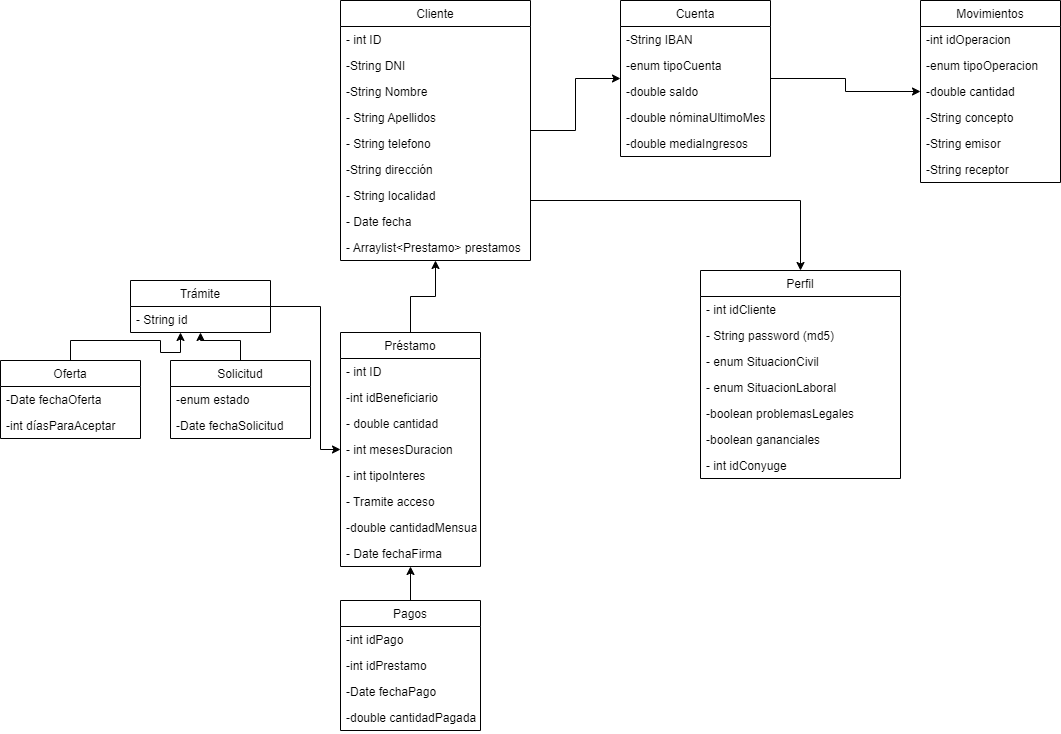
Before: Diagrama general.png, a diagram exported from draw.io (Kangelx/Equipo3). Source tidied: cells renumbered, new cells last; positions are measured from the earlier drawing's top-left corner, leaving out a move shared by most shapes.
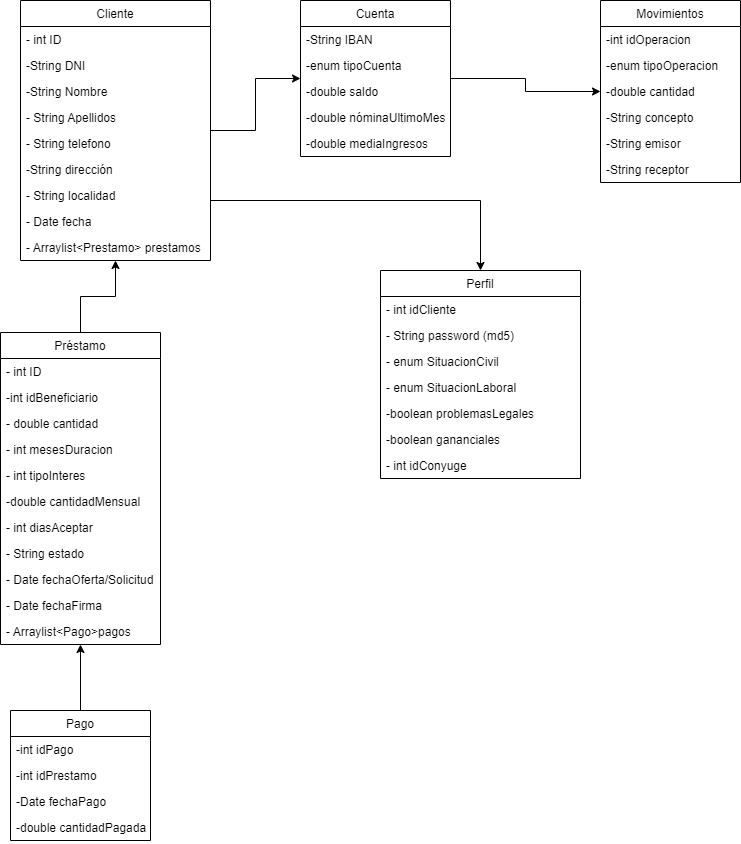
Above is the later version.

Commit message:
Actualizacion diagrama clases

Diff of the diagram source:
```diff
@@ -108,30 +108,11 @@
     <mxCell id="35" value="-String receptor" style="text;strokeColor=none;fillColor=none;align=left;verticalAlign=top;spacingLeft=4;spacingRight=4;overflow=hidden;" parent="29" vertex="1">
       <mxGeometry y="156" width="140" height="26" as="geometry" />
     </mxCell>
-    <mxCell id="36" style="edgeStyle=orthogonalEdgeStyle;rounded=0;jettySize=auto;html=1;" parent="1" edge="1" source="37" target="61">
-      <mxGeometry relative="1" as="geometry">
-        <Array as="points">
-          <mxPoint x="70" y="340" />
-          <mxPoint x="160" y="340" />
-          <mxPoint x="160" y="352" />
-          <mxPoint x="180" y="352" />
-        </Array>
-      </mxGeometry>
-    </mxCell>
-    <mxCell id="37" value="Oferta" style="swimlane;fontStyle=0;horizontal=1;startSize=26;fillColor=none;" parent="1" vertex="1">
-      <mxGeometry y="360" width="140" height="78" as="geometry" />
-    </mxCell>
-    <mxCell id="38" value="-Date fechaOferta" style="text;strokeColor=none;fillColor=none;align=left;verticalAlign=top;spacingLeft=4;spacingRight=4;overflow=hidden;" parent="37" vertex="1">
-      <mxGeometry y="26" width="140" height="26" as="geometry" />
-    </mxCell>
-    <mxCell id="39" value="-int díasParaAceptar" style="text;strokeColor=none;fillColor=none;align=left;verticalAlign=top;spacingLeft=4;spacingRight=4;overflow=hidden;" parent="37" vertex="1">
-      <mxGeometry y="52" width="140" height="26" as="geometry" />
-    </mxCell>
     <mxCell id="40" style="edgeStyle=orthogonalEdgeStyle;rounded=0;jettySize=auto;html=1;" parent="1" edge="1" source="41" target="47">
       <mxGeometry relative="1" as="geometry" />
     </mxCell>
-    <mxCell id="41" value="Pagos" style="swimlane;fontStyle=0;horizontal=1;startSize=26;fillColor=none;" parent="1" vertex="1">
-      <mxGeometry x="340" y="600" width="140" height="130" as="geometry" />
+    <mxCell id="41" value="Pago" style="swimlane;fontStyle=0;horizontal=1;startSize=26;fillColor=none;" parent="1" vertex="1">
+      <mxGeometry x="330" y="710" width="140" height="130" as="geometry" />
     </mxCell>
     <mxCell id="42" value="-int idPago" style="text;strokeColor=none;fillColor=none;align=left;verticalAlign=top;spacingLeft=4;spacingRight=4;overflow=hidden;" parent="41" vertex="1">
       <mxGeometry y="26" width="140" height="26" as="geometry" />
@@ -149,57 +130,40 @@
       <mxGeometry relative="1" as="geometry" />
     </mxCell>
     <mxCell id="47" value="Préstamo" style="swimlane;fontStyle=0;horizontal=1;startSize=26;fillColor=none;" parent="1" vertex="1">
-      <mxGeometry x="340" y="332" width="140" height="234" as="geometry" />
+      <mxGeometry x="320" y="332" width="160" height="312" as="geometry" />
     </mxCell>
     <mxCell id="48" value="- int ID" style="text;strokeColor=none;fillColor=none;align=left;verticalAlign=top;spacingLeft=4;spacingRight=4;overflow=hidden;" parent="47" vertex="1">
-      <mxGeometry y="26" width="140" height="26" as="geometry" />
+      <mxGeometry y="26" width="160" height="26" as="geometry" />
     </mxCell>
     <mxCell id="49" value="-int idBeneficiario" style="text;strokeColor=none;fillColor=none;align=left;verticalAlign=top;spacingLeft=4;spacingRight=4;overflow=hidden;" parent="47" vertex="1">
-      <mxGeometry y="52" width="140" height="26" as="geometry" />
+      <mxGeometry y="52" width="160" height="26" as="geometry" />
     </mxCell>
     <mxCell id="50" value="- double cantidad" style="text;strokeColor=none;fillColor=none;align=left;verticalAlign=top;spacingLeft=4;spacingRight=4;overflow=hidden;" parent="47" vertex="1">
-      <mxGeometry y="78" width="140" height="26" as="geometry" />
+      <mxGeometry y="78" width="160" height="26" as="geometry" />
     </mxCell>
     <mxCell id="51" value="- int mesesDuracion" style="text;strokeColor=none;fillColor=none;align=left;verticalAlign=top;spacingLeft=4;spacingRight=4;overflow=hidden;" parent="47" vertex="1">
-      <mxGeometry y="104" width="140" height="26" as="geometry" />
+      <mxGeometry y="104" width="160" height="26" as="geometry" />
     </mxCell>
     <mxCell id="52" value="- int tipoInteres" style="text;strokeColor=none;fillColor=none;align=left;verticalAlign=top;spacingLeft=4;spacingRight=4;overflow=hidden;" parent="47" vertex="1">
-      <mxGeometry y="130" width="140" height="26" as="geometry" />
+      <mxGeometry y="130" width="160" height="26" as="geometry" />
     </mxCell>
-    <mxCell id="53" value="- Tramite acceso" style="text;strokeColor=none;fillColor=none;align=left;verticalAlign=top;spacingLeft=4;spacingRight=4;overflow=hidden;" parent="47" vertex="1">
-      <mxGeometry y="156" width="140" height="26" as="geometry" />
-    </mxCell>
     <mxCell id="54" value="-double cantidadMensual" style="text;strokeColor=none;fillColor=none;align=left;verticalAlign=top;spacingLeft=4;spacingRight=4;overflow=hidden;" parent="47" vertex="1">
-      <mxGeometry y="182" width="140" height="26" as="geometry" />
+      <mxGeometry y="156" width="160" height="26" as="geometry" />
     </mxCell>
+    <mxCell id="63" value="- int diasAceptar" style="text;strokeColor=none;fillColor=none;align=left;verticalAlign=top;spacingLeft=4;spacingRight=4;overflow=hidden;" parent="47" vertex="1">
+      <mxGeometry y="182" width="160" height="26" as="geometry" />
+    </mxCell>
+    <mxCell id="64" value="- String estado" style="text;strokeColor=none;fillColor=none;align=left;verticalAlign=top;spacingLeft=4;spacingRight=4;overflow=hidden;" parent="47" vertex="1">
+      <mxGeometry y="208" width="160" height="26" as="geometry" />
+    </mxCell>
+    <mxCell id="65" value="- Date fechaOferta/Solicitud" style="text;strokeColor=none;fillColor=none;align=left;verticalAlign=top;spacingLeft=4;spacingRight=4;overflow=hidden;" parent="47" vertex="1">
+      <mxGeometry y="234" width="160" height="26" as="geometry" />
+    </mxCell>
     <mxCell id="55" value="- Date fechaFirma" style="text;strokeColor=none;fillColor=none;align=left;verticalAlign=top;spacingLeft=4;spacingRight=4;overflow=hidden;" parent="47" vertex="1">
-      <mxGeometry y="208" width="140" height="26" as="geometry" />
+      <mxGeometry y="260" width="160" height="26" as="geometry" />
     </mxCell>
-    <mxCell id="56" style="edgeStyle=orthogonalEdgeStyle;rounded=0;jettySize=auto;html=1;" parent="1" edge="1" source="57" target="61">
-      <mxGeometry relative="1" as="geometry" />
-    </mxCell>
-    <mxCell id="57" value="Solicitud" style="swimlane;fontStyle=0;horizontal=1;startSize=26;fillColor=none;" parent="1" vertex="1">
-      <mxGeometry x="170" y="360" width="140" height="78" as="geometry" />
-    </mxCell>
-    <mxCell id="58" value="-enum estado" style="text;strokeColor=none;fillColor=none;align=left;verticalAlign=top;spacingLeft=4;spacingRight=4;overflow=hidden;" parent="57" vertex="1">
-      <mxGeometry y="26" width="140" height="26" as="geometry" />
-    </mxCell>
-    <mxCell id="59" value="-Date fechaSolicitud" style="text;strokeColor=none;fillColor=none;align=left;verticalAlign=top;spacingLeft=4;spacingRight=4;overflow=hidden;" parent="57" vertex="1">
-      <mxGeometry y="52" width="140" height="26" as="geometry" />
-    </mxCell>
-    <mxCell id="60" style="edgeStyle=orthogonalEdgeStyle;rounded=0;jettySize=auto;html=1;" parent="1" edge="1" source="61" target="47">
-      <mxGeometry relative="1" as="geometry">
-        <Array as="points">
-          <mxPoint x="320" y="306" />
-          <mxPoint x="320" y="449" />
-        </Array>
-      </mxGeometry>
-    </mxCell>
-    <mxCell id="61" value="Trámite" style="swimlane;fontStyle=0;horizontal=1;startSize=26;fillColor=none;" parent="1" vertex="1">
-      <mxGeometry x="130" y="280" width="140" height="52" as="geometry" />
-    </mxCell>
-    <mxCell id="62" value="- String id" style="text;strokeColor=none;fillColor=none;align=left;verticalAlign=top;spacingLeft=4;spacingRight=4;overflow=hidden;" parent="61" vertex="1">
-      <mxGeometry y="26" width="140" height="26" as="geometry" />
-    </mxCell>
+    <mxCell id="66" value="- Arraylist&lt;Pago&gt;pagos" style="text;strokeColor=none;fillColor=none;align=left;verticalAlign=top;spacingLeft=4;spacingRight=4;overflow=hidden;" parent="47" vertex="1">
+      <mxGeometry y="286" width="160" height="26" as="geometry" />
+    </mxCell>
   </root>
 </mxGraphModel>
```
